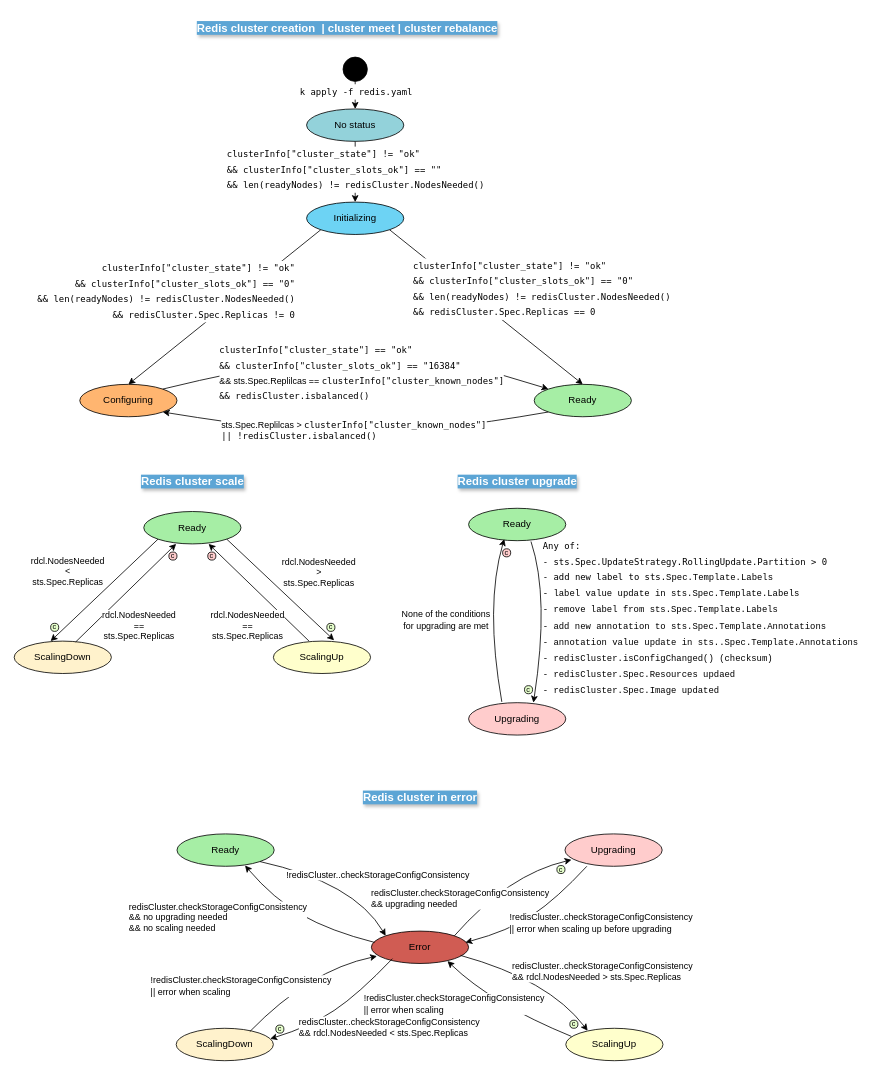
Earlier version of the draw.io diagram docs/files/redis-cluster-status-transitions.drawio (InditexTech/redkeyoperator). Source tidied: cells renumbered, new cells numbered last; positions are measured from the earlier drawing's top-left corner, leaving out a move shared by most shapes. Both pictures are drawn from the tidied source at 81%, with x=0, y=0 at pixel (14, 15).
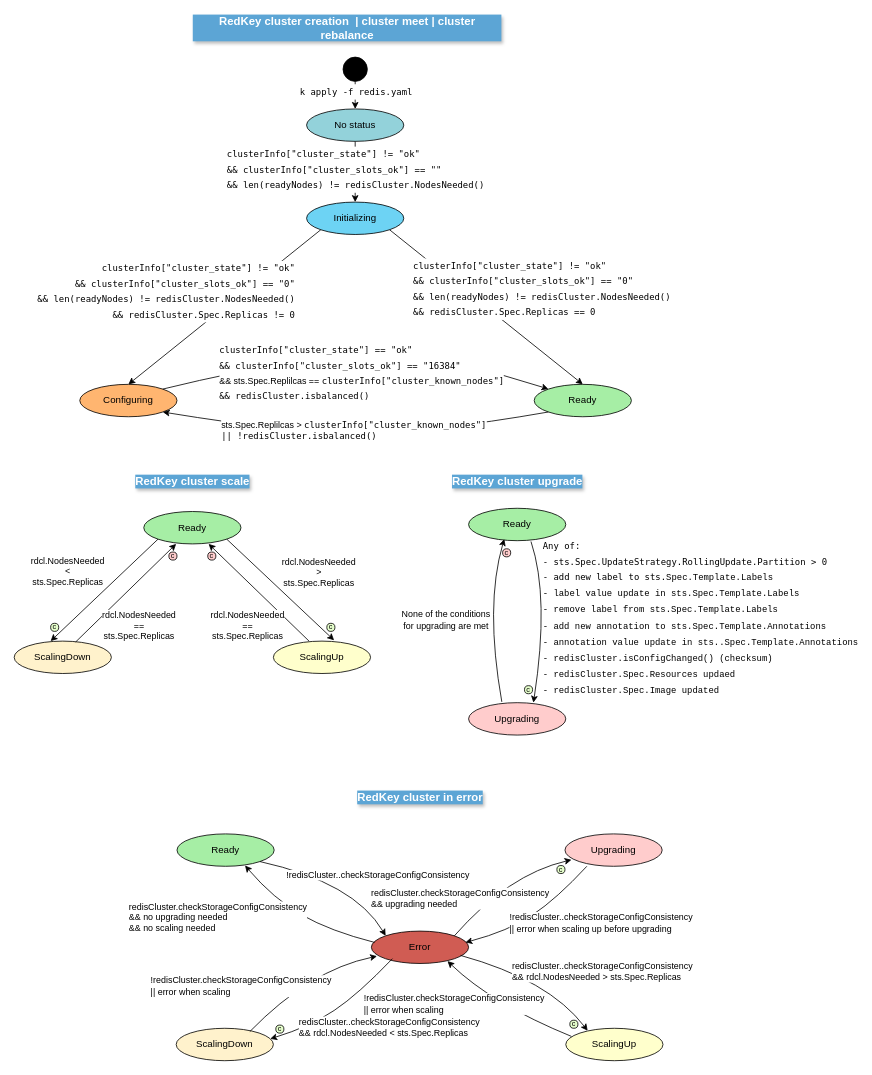
After the change.

The edit, as a diff of the source:
```diff
@@
-    <mxCell id="67" value="Redis cluster creation&amp;nbsp; | cluster meet | cluster rebalance" style="text;html=1;align=center;verticalAlign=middle;whiteSpace=wrap;rounded=0;fontStyle=1;labelBackgroundColor=#5CA5D5;fontColor=#FFFFFF;fontSize=14;spacingTop=0;spacing=2;textShadow=1;" parent="1" vertex="1">
+    <mxCell id="67" value="RedKey cluster creation&amp;nbsp; | cluster meet | cluster rebalance" style="text;html=1;align=center;verticalAlign=middle;whiteSpace=wrap;rounded=0;fontStyle=1;labelBackgroundColor=#5CA5D5;fontColor=#FFFFFF;fontSize=14;spacingTop=0;spacing=2;textShadow=1;" parent="1" vertex="1">
       <mxGeometry x="220" width="383" height="30" as="geometry" />
     </mxCell>
-    <mxCell id="68" value="Redis cluster scale" style="text;html=1;align=center;verticalAlign=middle;whiteSpace=wrap;rounded=0;fontStyle=1;labelBackgroundColor=#5CA5D5;fontColor=#FFFFFF;fontSize=14;spacingTop=0;spacing=2;textShadow=1;" parent="1" vertex="1">
+    <mxCell id="68" value="RedKey cluster scale" style="text;html=1;align=center;verticalAlign=middle;whiteSpace=wrap;rounded=0;fontStyle=1;labelBackgroundColor=#5CA5D5;fontColor=#FFFFFF;fontSize=14;spacingTop=0;spacing=2;textShadow=1;" parent="1" vertex="1">
       <mxGeometry x="28.5" y="560" width="383" height="30" as="geometry" />
     </mxCell>
-    <mxCell id="69" value="Redis cluster upgrade" style="text;html=1;align=center;verticalAlign=middle;whiteSpace=wrap;rounded=0;fontStyle=1;labelBackgroundColor=#5CA5D5;fontColor=#FFFFFF;fontSize=14;spacingTop=0;spacing=2;textShadow=1;" parent="1" vertex="1">
+    <mxCell id="69" value="RedKey cluster upgrade" style="text;html=1;align=center;verticalAlign=middle;whiteSpace=wrap;rounded=0;fontStyle=1;labelBackgroundColor=#5CA5D5;fontColor=#FFFFFF;fontSize=14;spacingTop=0;spacing=2;textShadow=1;" parent="1" vertex="1">
       <mxGeometry x="429.5" y="560" width="383" height="30" as="geometry" />
     </mxCell>
-    <mxCell id="70" value="Redis cluster in error" style="text;html=1;align=center;verticalAlign=middle;whiteSpace=wrap;rounded=0;fontStyle=1;labelBackgroundColor=#5CA5D5;fontColor=#FFFFFF;fontSize=14;spacingTop=0;spacing=2;textShadow=1;" parent="1" vertex="1">
+    <mxCell id="70" value="RedKey cluster in error" style="text;html=1;align=center;verticalAlign=middle;whiteSpace=wrap;rounded=0;fontStyle=1;labelBackgroundColor=#5CA5D5;fontColor=#FFFFFF;fontSize=14;spacingTop=0;spacing=2;textShadow=1;" parent="1" vertex="1">
       <mxGeometry x="309.5" y="950" width="383" height="30" as="geometry" />
     </mxCell>
```
